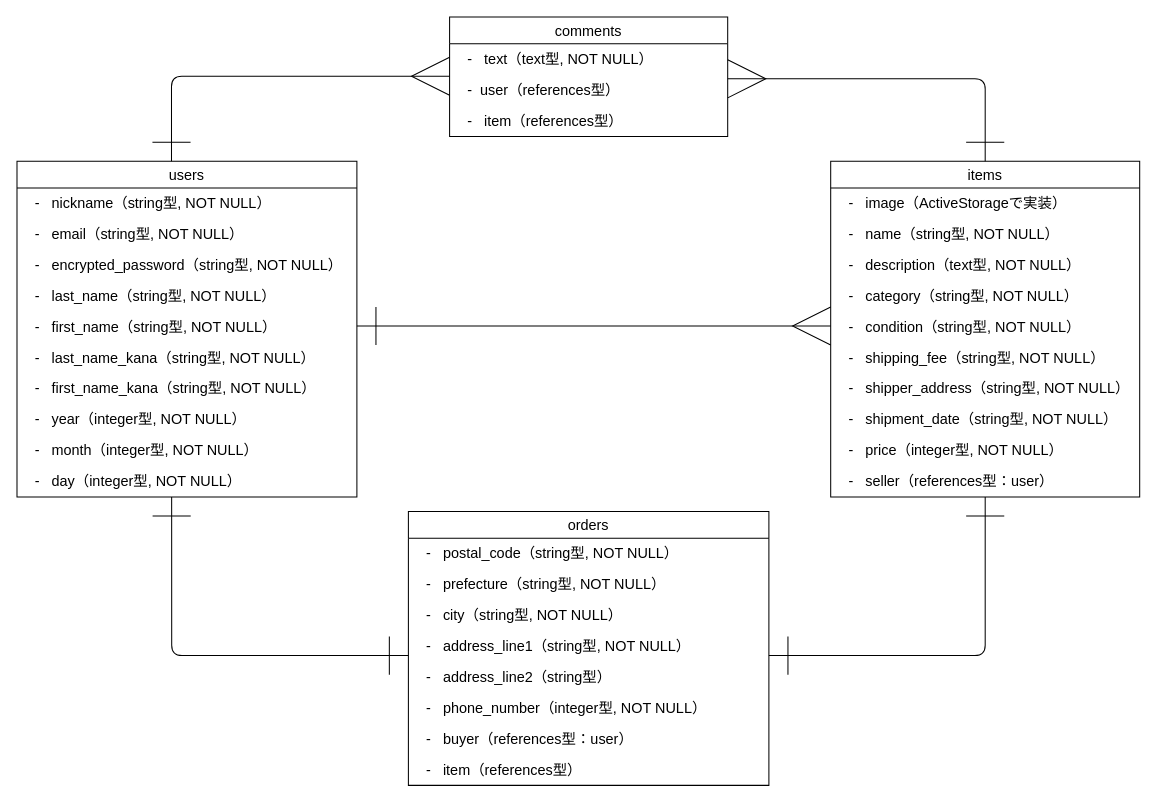
Earlier version of the draw.io diagram ERgraph.dio (Morlley/frima-36230). Source tidied: cells renumbered, new cells numbered last; positions are measured from the earlier drawing's top-left corner, leaving out a move shared by most shapes. Both pictures are drawn from the tidied source at 103%, with x=0, y=0 at pixel (16, 16).
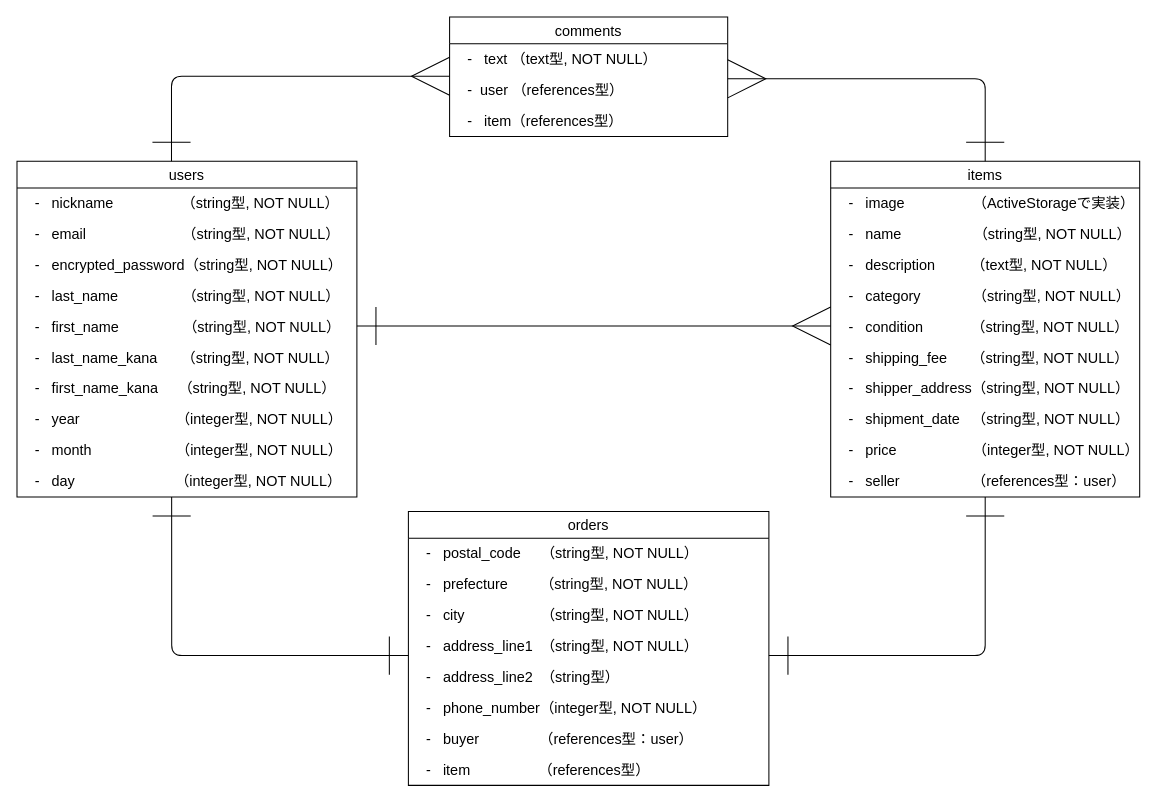
After the change.

Commit message:
ER図見やすいように修正

Unchanged cells that the change refers to:
```xml
<mxCell id="2" value="users" style="swimlane;fontStyle=0;horizontal=1;startSize=26;align=center;fontSize=14;" parent="1" vertex="1">
  <mxGeometry y="140" width="330" height="326" as="geometry" />
</mxCell>
<mxCell id="13" value="items" style="swimlane;fontStyle=0;horizontal=1;startSize=26;align=center;fontSize=14;" parent="1" vertex="1">
  <mxGeometry x="790" y="140" width="300" height="326" as="geometry" />
</mxCell>
<mxCell id="25" value="orders" style="swimlane;fontStyle=0;horizontal=1;startSize=26;align=center;fontSize=14;" parent="1" vertex="1">
  <mxGeometry x="380" y="480" width="350" height="266" as="geometry" />
</mxCell>
<mxCell id="34" value="comments" style="swimlane;fontStyle=0;horizontal=1;startSize=26;align=center;fontSize=14;" parent="1" vertex="1">
  <mxGeometry x="420" width="270" height="116" as="geometry" />
</mxCell>
```

Diff of the diagram source:
```diff
@@
-    <mxCell id="3" value="   -   nickname（string型, NOT NULL）" style="text;strokeColor=none;fillColor=none;spacingLeft=4;spacingRight=4;overflow=hidden;fontSize=14;" parent="2" vertex="1">
+    <mxCell id="3" value="   -   nickname                 （string型, NOT NULL）" style="text;strokeColor=none;fillColor=none;spacingLeft=4;spacingRight=4;overflow=hidden;fontSize=14;" parent="2" vertex="1">
       <mxGeometry y="26" width="330" height="30" as="geometry" />
     </mxCell>
-    <mxCell id="4" value="   -   email（string型, NOT NULL）" style="text;strokeColor=none;fillColor=none;spacingLeft=4;spacingRight=4;overflow=hidden;fontSize=14;" parent="2" vertex="1">
+    <mxCell id="4" value="   -   email                        （string型, NOT NULL）" style="text;strokeColor=none;fillColor=none;spacingLeft=4;spacingRight=4;overflow=hidden;fontSize=14;" parent="2" vertex="1">
       <mxGeometry y="56" width="330" height="30" as="geometry" />
     </mxCell>
@@
-    <mxCell id="6" value="   -   last_name（string型, NOT NULL）" style="text;strokeColor=none;fillColor=none;spacingLeft=4;spacingRight=4;overflow=hidden;fontSize=14;" parent="2" vertex="1">
+    <mxCell id="6" value="   -   last_name                （string型, NOT NULL）" style="text;strokeColor=none;fillColor=none;spacingLeft=4;spacingRight=4;overflow=hidden;fontSize=14;" parent="2" vertex="1">
       <mxGeometry y="116" width="330" height="30" as="geometry" />
     </mxCell>
-    <mxCell id="7" value="   -   first_name（string型, NOT NULL）" style="text;strokeColor=none;fillColor=none;spacingLeft=4;spacingRight=4;overflow=hidden;fontSize=14;" parent="2" vertex="1">
+    <mxCell id="7" value="   -   first_name                （string型, NOT NULL）" style="text;strokeColor=none;fillColor=none;spacingLeft=4;spacingRight=4;overflow=hidden;fontSize=14;" parent="2" vertex="1">
       <mxGeometry y="146" width="330" height="30" as="geometry" />
     </mxCell>
-    <mxCell id="8" value="   -   last_name_kana（string型, NOT NULL）" style="text;strokeColor=none;fillColor=none;spacingLeft=4;spacingRight=4;overflow=hidden;fontSize=14;" parent="2" vertex="1">
+    <mxCell id="8" value="   -   last_name_kana      （string型, NOT NULL）" style="text;strokeColor=none;fillColor=none;spacingLeft=4;spacingRight=4;overflow=hidden;fontSize=14;" parent="2" vertex="1">
       <mxGeometry y="176" width="330" height="30" as="geometry" />
     </mxCell>
-    <mxCell id="9" value="   -   first_name_kana（string型, NOT NULL）" style="text;strokeColor=none;fillColor=none;spacingLeft=4;spacingRight=4;overflow=hidden;fontSize=14;" parent="2" vertex="1">
+    <mxCell id="9" value="   -   first_name_kana     （string型, NOT NULL）" style="text;strokeColor=none;fillColor=none;spacingLeft=4;spacingRight=4;overflow=hidden;fontSize=14;" parent="2" vertex="1">
       <mxGeometry y="206" width="330" height="30" as="geometry" />
     </mxCell>
-    <mxCell id="10" value="   -   year（integer型, NOT NULL）" style="text;strokeColor=none;fillColor=none;spacingLeft=4;spacingRight=4;overflow=hidden;fontSize=14;" parent="2" vertex="1">
+    <mxCell id="10" value="   -   year                        （integer型, NOT NULL）" style="text;strokeColor=none;fillColor=none;spacingLeft=4;spacingRight=4;overflow=hidden;fontSize=14;" parent="2" vertex="1">
       <mxGeometry y="236" width="330" height="30" as="geometry" />
     </mxCell>
-    <mxCell id="11" value="   -   month（integer型, NOT NULL）" style="text;strokeColor=none;fillColor=none;spacingLeft=4;spacingRight=4;overflow=hidden;fontSize=14;" parent="2" vertex="1">
+    <mxCell id="11" value="   -   month                     （integer型, NOT NULL）" style="text;strokeColor=none;fillColor=none;spacingLeft=4;spacingRight=4;overflow=hidden;fontSize=14;" parent="2" vertex="1">
       <mxGeometry y="266" width="330" height="30" as="geometry" />
     </mxCell>
-    <mxCell id="12" value="   -   day（integer型, NOT NULL）" style="text;strokeColor=none;fillColor=none;spacingLeft=4;spacingRight=4;overflow=hidden;points=[[0,0.5],[1,0.5]];portConstraint=eastwest;fontSize=14;" parent="2" vertex="1">
+    <mxCell id="12" value="   -   day                         （integer型, NOT NULL）" style="text;strokeColor=none;fillColor=none;spacingLeft=4;spacingRight=4;overflow=hidden;points=[[0,0.5],[1,0.5]];portConstraint=eastwest;fontSize=14;" parent="2" vertex="1">
       <mxGeometry y="296" width="330" height="30" as="geometry" />
     </mxCell>
@@
-    <mxCell id="15" value="   -   image（ActiveStorageで実装）" style="text;strokeColor=none;fillColor=none;spacingLeft=4;spacingRight=4;overflow=hidden;fontSize=14;" parent="13" vertex="1">
+    <mxCell id="15" value="   -   image                 （ActiveStorageで実装）" style="text;strokeColor=none;fillColor=none;spacingLeft=4;spacingRight=4;overflow=hidden;fontSize=14;" parent="13" vertex="1">
       <mxGeometry y="26" width="300" height="30" as="geometry" />
     </mxCell>
-    <mxCell id="16" value="   -   name（string型, NOT NULL）" style="text;strokeColor=none;fillColor=none;spacingLeft=4;spacingRight=4;overflow=hidden;fontSize=14;" parent="13" vertex="1">
+    <mxCell id="16" value="   -   name                  （string型, NOT NULL）" style="text;strokeColor=none;fillColor=none;spacingLeft=4;spacingRight=4;overflow=hidden;fontSize=14;" parent="13" vertex="1">
       <mxGeometry y="56" width="300" height="30" as="geometry" />
     </mxCell>
-    <mxCell id="17" value="   -   description（text型, NOT NULL）" style="text;strokeColor=none;fillColor=none;spacingLeft=4;spacingRight=4;overflow=hidden;fontSize=14;" parent="13" vertex="1">
+    <mxCell id="17" value="   -   description         （text型, NOT NULL）" style="text;strokeColor=none;fillColor=none;spacingLeft=4;spacingRight=4;overflow=hidden;fontSize=14;" parent="13" vertex="1">
       <mxGeometry y="86" width="300" height="30" as="geometry" />
     </mxCell>
-    <mxCell id="18" value="   -   category（string型, NOT NULL）" style="text;strokeColor=none;fillColor=none;spacingLeft=4;spacingRight=4;overflow=hidden;fontSize=14;" parent="13" vertex="1">
+    <mxCell id="18" value="   -   category             （string型, NOT NULL）" style="text;strokeColor=none;fillColor=none;spacingLeft=4;spacingRight=4;overflow=hidden;fontSize=14;" parent="13" vertex="1">
       <mxGeometry y="116" width="300" height="30" as="geometry" />
     </mxCell>
-    <mxCell id="19" value="   -   condition（string型, NOT NULL）" style="text;strokeColor=none;fillColor=none;spacingLeft=4;spacingRight=4;overflow=hidden;fontSize=14;" parent="13" vertex="1">
+    <mxCell id="19" value="   -   condition            （string型, NOT NULL）" style="text;strokeColor=none;fillColor=none;spacingLeft=4;spacingRight=4;overflow=hidden;fontSize=14;" parent="13" vertex="1">
       <mxGeometry y="146" width="300" height="30" as="geometry" />
     </mxCell>
-    <mxCell id="20" value="   -   shipping_fee（string型, NOT NULL）" style="text;strokeColor=none;fillColor=none;spacingLeft=4;spacingRight=4;overflow=hidden;fontSize=14;" parent="13" vertex="1">
+    <mxCell id="20" value="   -   shipping_fee      （string型, NOT NULL）" style="text;strokeColor=none;fillColor=none;spacingLeft=4;spacingRight=4;overflow=hidden;fontSize=14;" parent="13" vertex="1">
       <mxGeometry y="176" width="300" height="30" as="geometry" />
     </mxCell>
@@
-    <mxCell id="22" value="   -   shipment_date（string型, NOT NULL）" style="text;strokeColor=none;fillColor=none;spacingLeft=4;spacingRight=4;overflow=hidden;fontSize=14;" parent="13" vertex="1">
+    <mxCell id="22" value="   -   shipment_date   （string型, NOT NULL）" style="text;strokeColor=none;fillColor=none;spacingLeft=4;spacingRight=4;overflow=hidden;fontSize=14;" parent="13" vertex="1">
       <mxGeometry y="236" width="300" height="30" as="geometry" />
     </mxCell>
-    <mxCell id="23" value="   -   price（integer型, NOT NULL）" style="text;strokeColor=none;fillColor=none;spacingLeft=4;spacingRight=4;overflow=hidden;fontSize=14;" parent="13" vertex="1">
+    <mxCell id="23" value="   -   price                   （integer型, NOT NULL）" style="text;strokeColor=none;fillColor=none;spacingLeft=4;spacingRight=4;overflow=hidden;fontSize=14;" parent="13" vertex="1">
       <mxGeometry y="266" width="300" height="30" as="geometry" />
     </mxCell>
-    <mxCell id="24" value="   -   seller（references型：user）" style="text;strokeColor=none;fillColor=none;spacingLeft=4;spacingRight=4;overflow=hidden;fontSize=14;" parent="13" vertex="1">
+    <mxCell id="24" value="   -   seller                  （references型：user）" style="text;strokeColor=none;fillColor=none;spacingLeft=4;spacingRight=4;overflow=hidden;fontSize=14;" parent="13" vertex="1">
       <mxGeometry y="296" width="300" height="30" as="geometry" />
     </mxCell>
@@
-    <mxCell id="26" value="   -   postal_code（string型, NOT NULL）" style="text;strokeColor=none;fillColor=none;spacingLeft=4;spacingRight=4;overflow=hidden;fontSize=14;" parent="25" vertex="1">
+    <mxCell id="26" value="   -   postal_code     （string型, NOT NULL）" style="text;strokeColor=none;fillColor=none;spacingLeft=4;spacingRight=4;overflow=hidden;fontSize=14;" parent="25" vertex="1">
       <mxGeometry y="26" width="350" height="30" as="geometry" />
     </mxCell>
-    <mxCell id="27" value="   -   prefecture（string型, NOT NULL）" style="text;strokeColor=none;fillColor=none;spacingLeft=4;spacingRight=4;overflow=hidden;fontSize=14;" parent="25" vertex="1">
+    <mxCell id="27" value="   -   prefecture        （string型, NOT NULL）" style="text;strokeColor=none;fillColor=none;spacingLeft=4;spacingRight=4;overflow=hidden;fontSize=14;" parent="25" vertex="1">
       <mxGeometry y="56" width="350" height="30" as="geometry" />
     </mxCell>
-    <mxCell id="28" value="   -   city（string型, NOT NULL）" style="text;strokeColor=none;fillColor=none;spacingLeft=4;spacingRight=4;overflow=hidden;fontSize=14;" parent="25" vertex="1">
+    <mxCell id="28" value="   -   city                   （string型, NOT NULL）" style="text;strokeColor=none;fillColor=none;spacingLeft=4;spacingRight=4;overflow=hidden;fontSize=14;" parent="25" vertex="1">
       <mxGeometry y="86" width="350" height="30" as="geometry" />
     </mxCell>
-    <mxCell id="29" value="   -   address_line1（string型, NOT NULL）" style="text;strokeColor=none;fillColor=none;spacingLeft=4;spacingRight=4;overflow=hidden;points=[[0,0.5],[1,0.5]];portConstraint=eastwest;fontSize=14;" parent="25" vertex="1">
+    <mxCell id="29" value="   -   address_line1  （string型, NOT NULL）" style="text;strokeColor=none;fillColor=none;spacingLeft=4;spacingRight=4;overflow=hidden;points=[[0,0.5],[1,0.5]];portConstraint=eastwest;fontSize=14;" parent="25" vertex="1">
       <mxGeometry y="116" width="350" height="30" as="geometry" />
     </mxCell>
-    <mxCell id="30" value="   -   address_line2（string型）" style="text;strokeColor=none;fillColor=none;spacingLeft=4;spacingRight=4;overflow=hidden;fontSize=14;" parent="25" vertex="1">
+    <mxCell id="30" value="   -   address_line2  （string型）" style="text;strokeColor=none;fillColor=none;spacingLeft=4;spacingRight=4;overflow=hidden;fontSize=14;" parent="25" vertex="1">
       <mxGeometry y="146" width="350" height="30" as="geometry" />
     </mxCell>
@@
-    <mxCell id="32" value="   -   buyer（references型：user）" style="text;strokeColor=none;fillColor=none;spacingLeft=4;spacingRight=4;overflow=hidden;fontSize=14;" parent="25" vertex="1">
+    <mxCell id="32" value="   -   buyer               （references型：user）" style="text;strokeColor=none;fillColor=none;spacingLeft=4;spacingRight=4;overflow=hidden;fontSize=14;" parent="25" vertex="1">
       <mxGeometry y="206" width="350" height="30" as="geometry" />
     </mxCell>
-    <mxCell id="33" value="   -   item（references型）" style="text;strokeColor=none;fillColor=none;spacingLeft=4;spacingRight=4;overflow=hidden;fontSize=14;" parent="25" vertex="1">
+    <mxCell id="33" value="   -   item                 （references型）" style="text;strokeColor=none;fillColor=none;spacingLeft=4;spacingRight=4;overflow=hidden;fontSize=14;" parent="25" vertex="1">
       <mxGeometry y="236" width="350" height="30" as="geometry" />
     </mxCell>
@@
-    <mxCell id="35" value="   -   text（text型, NOT NULL）" style="text;strokeColor=none;fillColor=none;spacingLeft=4;spacingRight=4;overflow=hidden;fontSize=14;" parent="34" vertex="1">
+    <mxCell id="35" value="   -   text （text型, NOT NULL）" style="text;strokeColor=none;fillColor=none;spacingLeft=4;spacingRight=4;overflow=hidden;fontSize=14;" parent="34" vertex="1">
       <mxGeometry y="26" width="270" height="30" as="geometry" />
     </mxCell>
-    <mxCell id="36" value="   -  user（references型）" style="text;strokeColor=none;fillColor=none;spacingLeft=4;spacingRight=4;overflow=hidden;points=[[0,0.5],[1,0.5]];portConstraint=eastwest;fontSize=14;" parent="34" vertex="1">
+    <mxCell id="36" value="   -  user （references型）" style="text;strokeColor=none;fillColor=none;spacingLeft=4;spacingRight=4;overflow=hidden;points=[[0,0.5],[1,0.5]];portConstraint=eastwest;fontSize=14;" parent="34" vertex="1">
       <mxGeometry y="56" width="270" height="30" as="geometry" />
     </mxCell>
```
